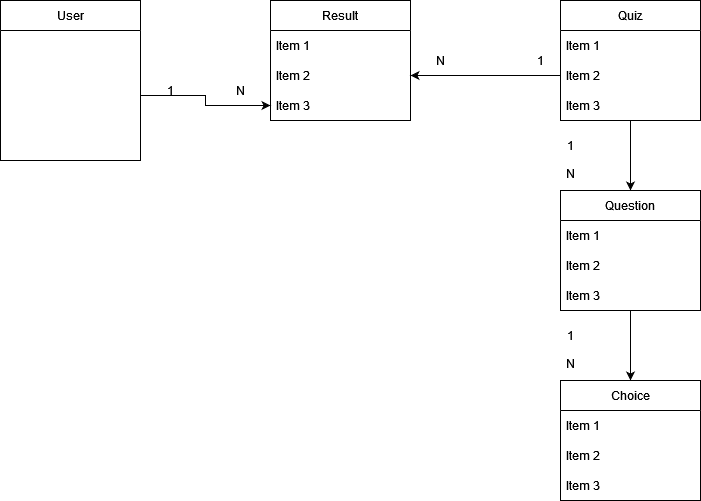
mikolaz27/quiz_2023 keeps this draw.io diagram as docs/DatabaseGraph.drawio.png. Above is the earlier version. Source tidied: cells renumbered, new cells last; positions are measured from the earlier drawing's top-left corner, leaving out a move shared by most shapes.
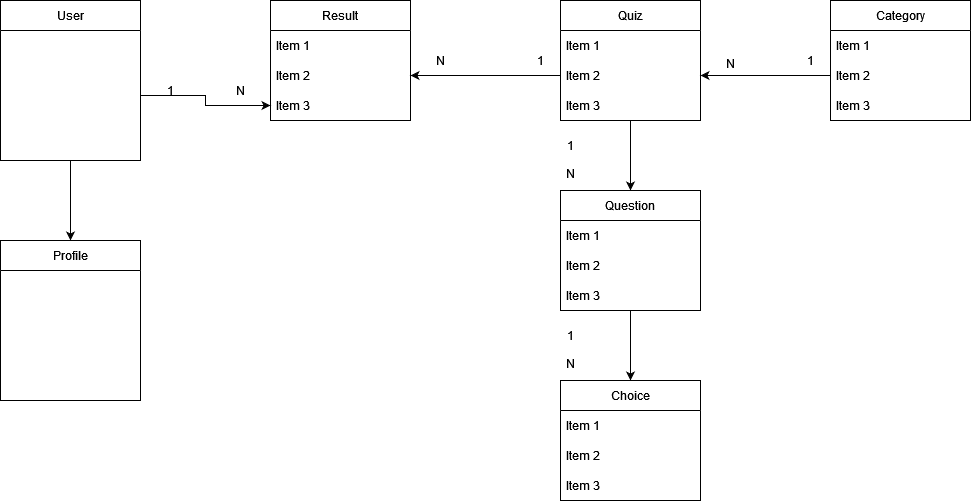
After the commit.

What changed in the source:
```diff
@@ -2,6 +2,9 @@
   <root>
     <mxCell id="0" />
     <mxCell id="1" parent="0" />
+    <mxCell id="32" style="edgeStyle=orthogonalEdgeStyle;rounded=0;jettySize=auto;html=1;entryX=0.5;entryY=0;entryDx=0;entryDy=0;" parent="1" edge="1" source="2" target="40">
+      <mxGeometry relative="1" as="geometry" />
+    </mxCell>
     <mxCell id="2" value="User" style="swimlane;fontStyle=0;horizontal=1;startSize=30;whiteSpace=wrap;html=1;" parent="1" vertex="1">
       <mxGeometry width="140" height="160" as="geometry" />
     </mxCell>
@@ -92,5 +95,32 @@
     <mxCell id="31" value="N" style="text;html=1;strokeColor=none;fillColor=none;align=center;verticalAlign=middle;whiteSpace=wrap;rounded=0;" parent="1" vertex="1">
       <mxGeometry x="540" y="345" width="60" height="35" as="geometry" />
     </mxCell>
+    <mxCell id="33" value="Category" style="swimlane;fontStyle=0;horizontal=1;startSize=30;whiteSpace=wrap;html=1;" parent="1" vertex="1">
+      <mxGeometry x="830" width="140" height="120" as="geometry" />
+    </mxCell>
+    <mxCell id="34" value="Item 1" style="text;strokeColor=none;fillColor=none;align=left;verticalAlign=middle;spacingLeft=4;spacingRight=4;overflow=hidden;whiteSpace=wrap;html=1;" parent="33" vertex="1">
+      <mxGeometry y="30" width="140" height="30" as="geometry" />
+    </mxCell>
+    <mxCell id="35" value="Item 2" style="text;strokeColor=none;fillColor=none;align=left;verticalAlign=middle;spacingLeft=4;spacingRight=4;overflow=hidden;points=[[0,0.5],[1,0.5]];portConstraint=eastwest;whiteSpace=wrap;html=1;" parent="33" vertex="1">
+      <mxGeometry y="60" width="140" height="30" as="geometry" />
+    </mxCell>
+    <mxCell id="36" value="Item 3" style="text;strokeColor=none;fillColor=none;align=left;verticalAlign=middle;spacingLeft=4;spacingRight=4;overflow=hidden;whiteSpace=wrap;html=1;" parent="33" vertex="1">
+      <mxGeometry y="90" width="140" height="30" as="geometry" />
+    </mxCell>
+    <mxCell id="37" style="edgeStyle=orthogonalEdgeStyle;rounded=0;jettySize=auto;html=1;exitX=0;exitY=0.5;exitDx=0;exitDy=0;entryX=1;entryY=0.5;entryDx=0;entryDy=0;" parent="1" edge="1" source="35" target="7">
+      <mxGeometry relative="1" as="geometry" />
+    </mxCell>
+    <mxCell id="38" value="1" style="text;html=1;strokeColor=none;fillColor=none;align=center;verticalAlign=middle;whiteSpace=wrap;rounded=0;" parent="1" vertex="1">
+      <mxGeometry x="780" y="45" width="60" height="30" as="geometry" />
+    </mxCell>
+    <mxCell id="39" value="N" style="text;html=1;strokeColor=none;fillColor=none;align=center;verticalAlign=middle;whiteSpace=wrap;rounded=0;" parent="1" vertex="1">
+      <mxGeometry x="700" y="45" width="60" height="35" as="geometry" />
+    </mxCell>
+    <mxCell id="40" value="Profile" style="swimlane;fontStyle=0;horizontal=1;startSize=30;whiteSpace=wrap;html=1;" parent="1" vertex="1">
+      <mxGeometry y="240" width="140" height="160" as="geometry" />
+    </mxCell>
+    <mxCell id="41" value="&lt;div&gt;&lt;br&gt;&lt;/div&gt;&lt;div&gt;&lt;br&gt;&lt;/div&gt;&lt;div&gt;&lt;br&gt;&lt;/div&gt;" style="text;strokeColor=none;fillColor=none;align=left;verticalAlign=middle;spacingLeft=4;spacingRight=4;overflow=hidden;whiteSpace=wrap;html=1;" parent="40" vertex="1">
+      <mxGeometry y="30" width="140" height="130" as="geometry" />
+    </mxCell>
   </root>
 </mxGraphModel>
```
